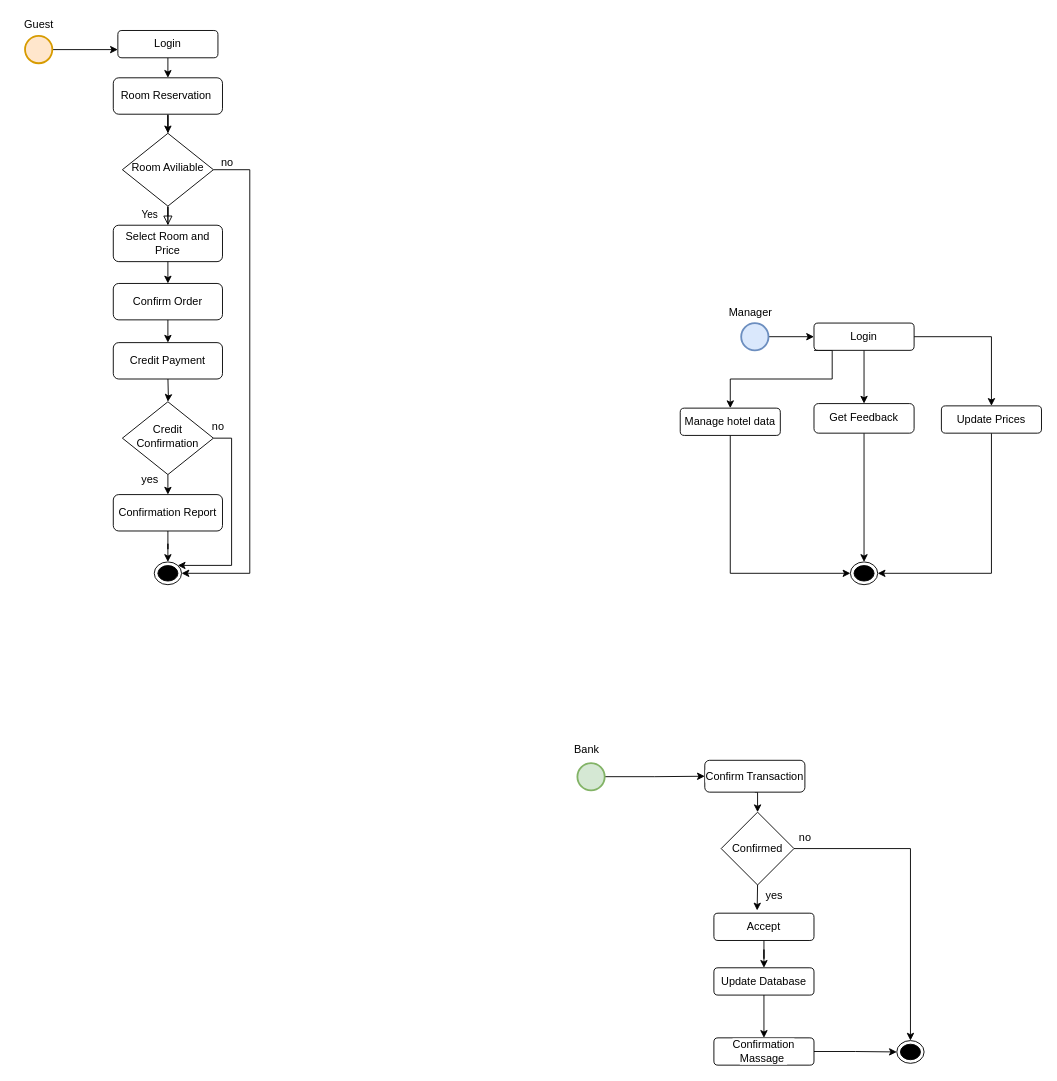
Earlier version of the draw.io diagram activity digram.drawio (AhmedTarek-95/System-Desine). Source tidied: cells renumbered, new cells numbered last; positions are measured from the earlier drawing's top-left corner, leaving out a move shared by most shapes. Both pictures are drawn from the tidied source at 91%, with x=0, y=0 at pixel (15, 15).
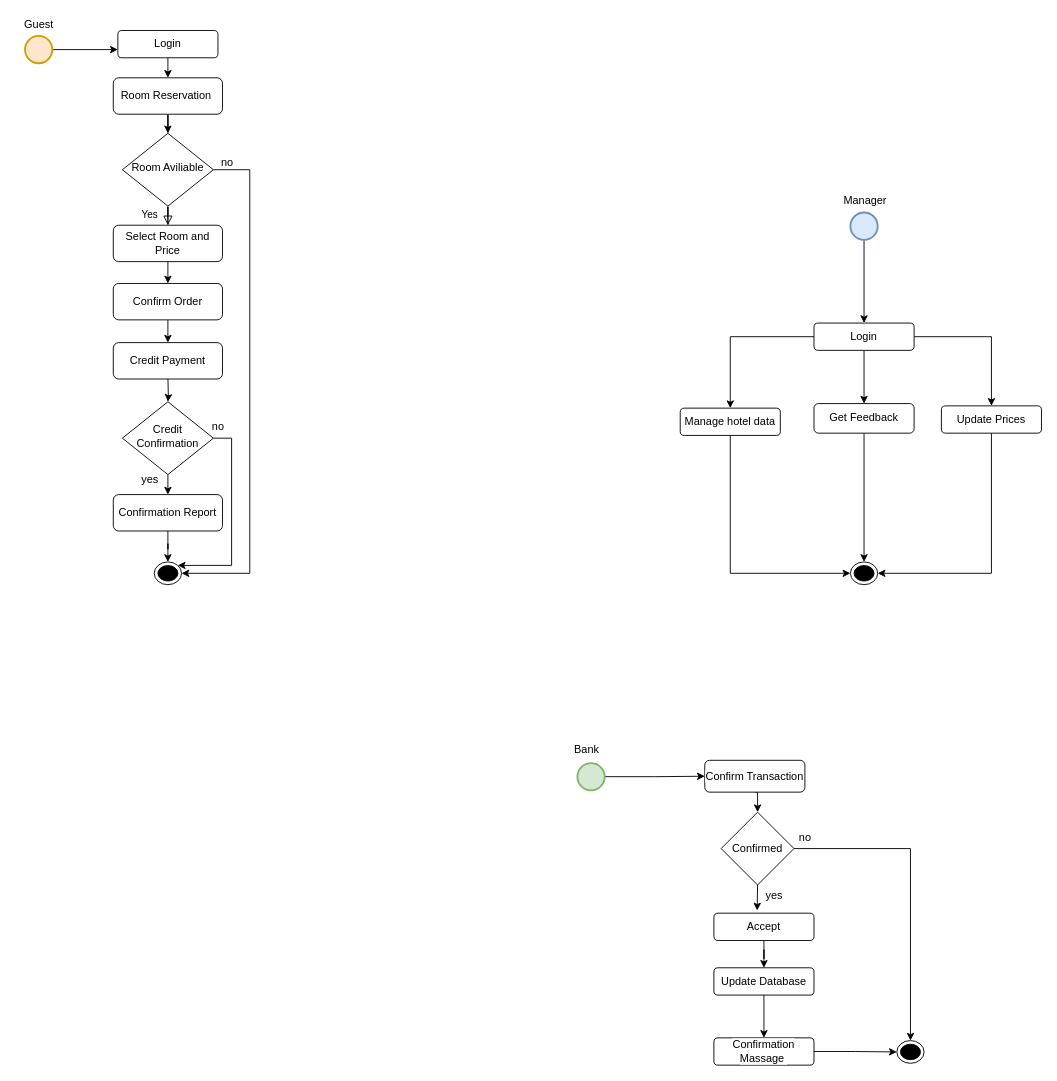
The same page after the edit.

Unchanged cells that the change refers to:
```xml
<mxCell id="31" value="Login" style="rounded=1;whiteSpace=wrap;html=1;fontSize=12;glass=0;strokeWidth=1;shadow=0;" parent="1" vertex="1">
  <mxGeometry x="877" y="337.5" width="110" height="30" as="geometry" />
</mxCell>
<mxCell id="37" value="&lt;span style=&quot;background-color: rgb(255 , 255 , 255)&quot;&gt;Manage hotel data&lt;/span&gt;" style="rounded=1;whiteSpace=wrap;html=1;fontSize=12;glass=0;strokeWidth=1;shadow=0;" parent="1" vertex="1">
  <mxGeometry x="730" y="431" width="110" height="30" as="geometry" />
</mxCell>
```

Change to the diagram source:
```diff
@@
-    <mxCell id="26" style="edgeStyle=orthogonalEdgeStyle;rounded=0;jettySize=auto;html=1;exitX=1;exitY=0.5;exitDx=0;exitDy=0;exitPerimeter=0;entryX=0;entryY=0.5;entryDx=0;entryDy=0;" parent="1" edge="1" source="27" target="31">
+    <mxCell id="26" style="edgeStyle=orthogonalEdgeStyle;rounded=0;jettySize=auto;html=1;exitX=0.5;exitY=1;exitDx=0;exitDy=0;exitPerimeter=0;entryX=0.5;entryY=0;entryDx=0;entryDy=0;" parent="1" edge="1" source="27" target="31">
       <mxGeometry relative="1" as="geometry" />
     </mxCell>
     <mxCell id="27" style="strokeWidth=2;html=1;shape=mxgraph.flowchart.start_2;whiteSpace=wrap;fillColor=#dae8fc;strokeColor=#6c8ebf;" parent="1" vertex="1">
-      <mxGeometry x="797" y="337.5" width="30" height="30" as="geometry" />
+      <mxGeometry x="917" y="216" width="30" height="30" as="geometry" />
     </mxCell>
@@
-    <mxCell id="29" style="edgeStyle=orthogonalEdgeStyle;rounded=0;jettySize=auto;html=1;exitX=0;exitY=1;exitDx=0;exitDy=0;" parent="1" edge="1" source="31" target="37">
+    <mxCell id="29" style="edgeStyle=orthogonalEdgeStyle;rounded=0;jettySize=auto;html=1;exitX=0;exitY=0.5;exitDx=0;exitDy=0;" parent="1" edge="1" source="31" target="37">
       <mxGeometry relative="1" as="geometry">
         <Array as="points">
-          <mxPoint x="897" y="368" />
-          <mxPoint x="897" y="399" />
-          <mxPoint x="785" y="399" />
+          <mxPoint x="785" y="353" />
         </Array>
       </mxGeometry>
     </mxCell>
@@
     <mxCell id="56" value="&lt;span style=&quot;background-color: rgb(255 , 255 , 255)&quot;&gt;Manager&lt;/span&gt;" style="text;html=1;align=center;verticalAlign=middle;strokeColor=none;fillColor=none;" parent="1" vertex="1">
-      <mxGeometry x="777" y="316" width="60" height="20" as="geometry" />
+      <mxGeometry x="903" y="193" width="60" height="20" as="geometry" />
     </mxCell>
```
